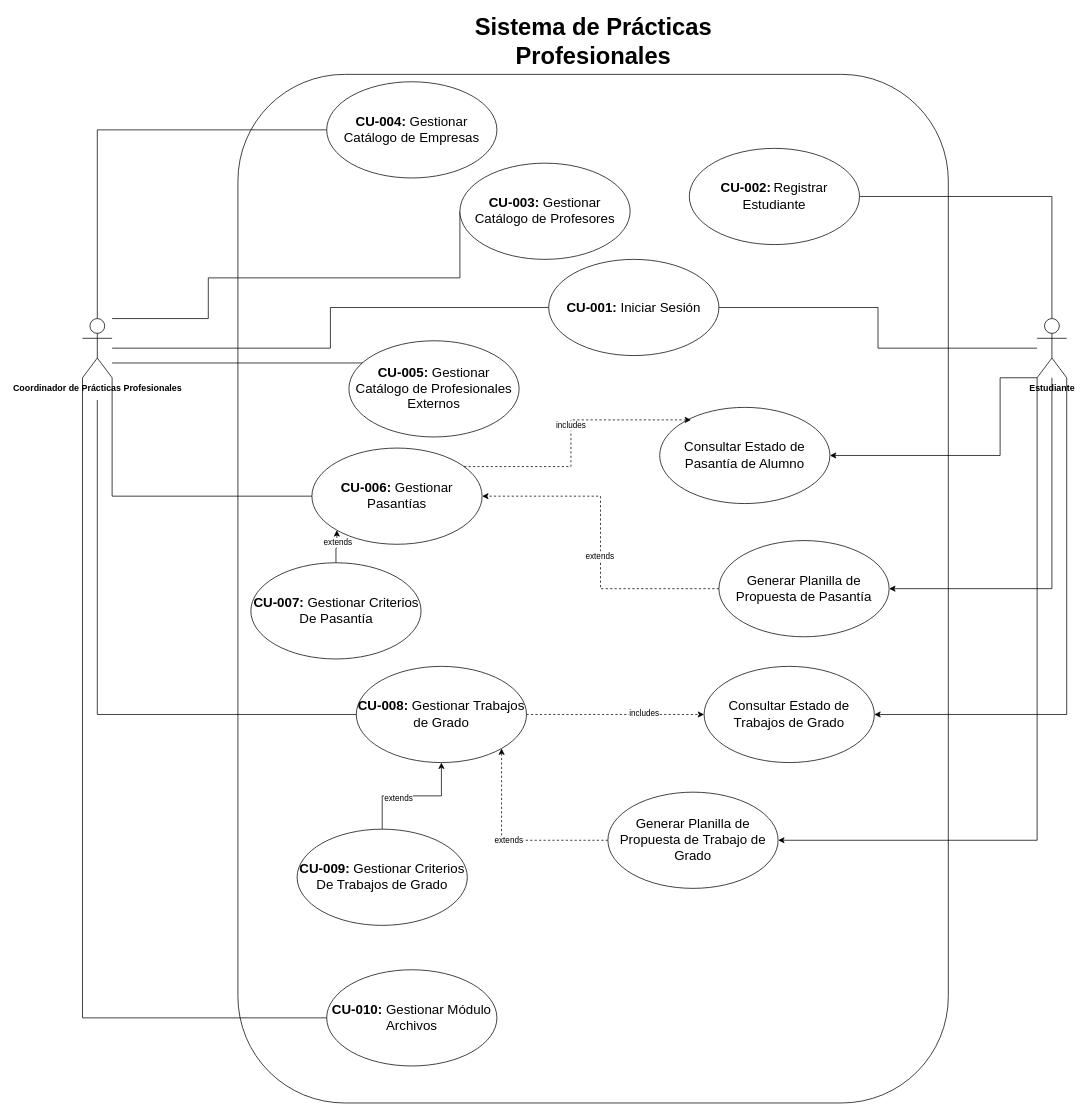
Lu27656348/SPP-UCABG keeps this draw.io diagram as page "Página-7" (7 of 8) of Diagrama sin título.drawio. Above is the earlier version. Source tidied: cells renumbered, new cells numbered last; positions are measured from the earlier drawing's top-left corner, leaving out a move shared by most shapes. Both pictures are drawn from the tidied source at 74%, with x=0, y=0 at pixel (82, 30).
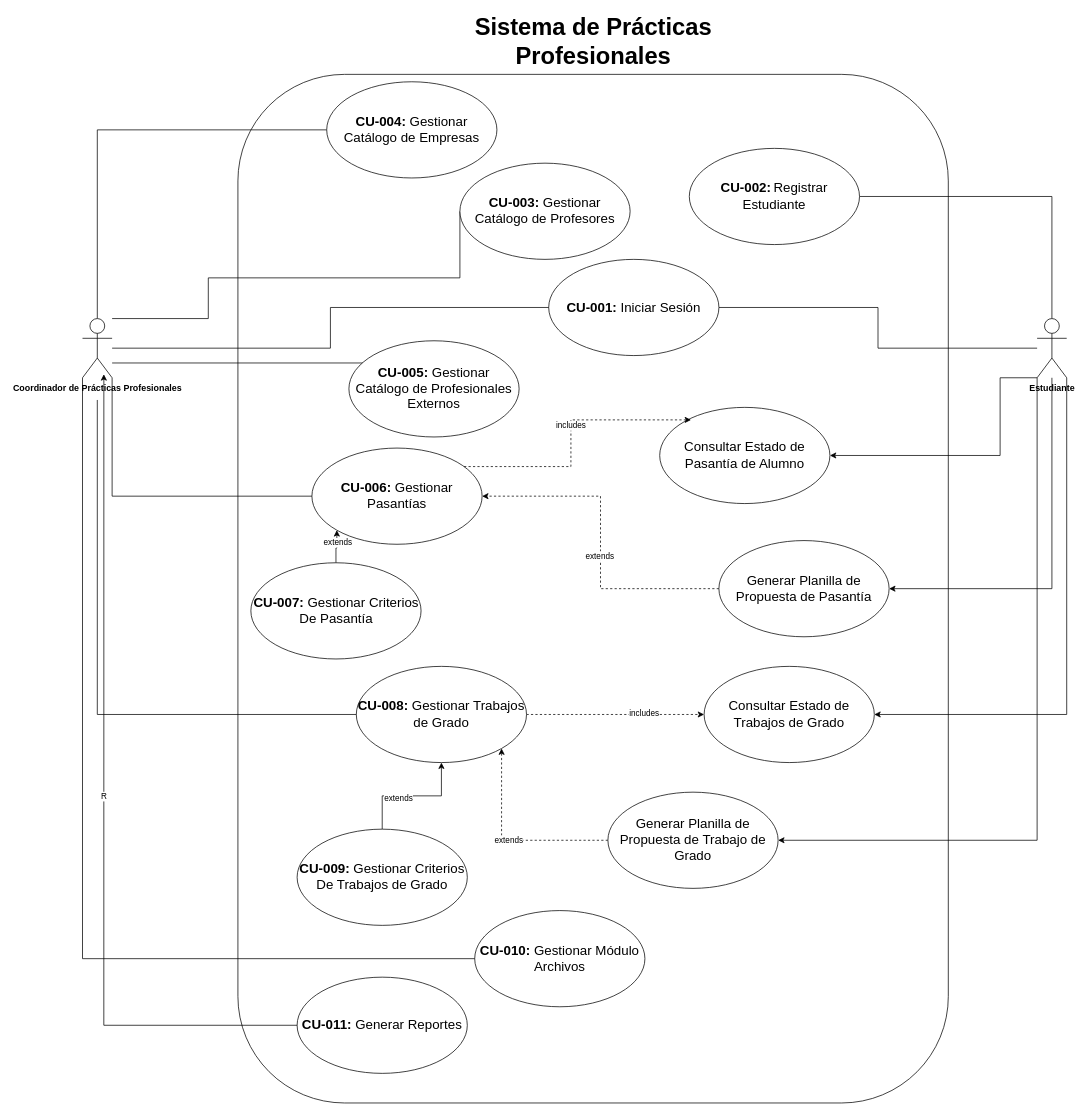
Above is the later version.

The change refers to these unchanged cells:
```xml
<mxCell id="16" value="&lt;b&gt;Coordinador de Prácticas Profesionales&lt;/b&gt;" style="shape=umlActor;verticalLabelPosition=bottom;verticalAlign=top;html=1;" parent="1" vertex="1">
  <mxGeometry y="390" width="40" height="80" as="geometry" />
</mxCell>
```

Diff of the diagram source:
```diff
@@
     <mxCell id="42" value="&lt;font style=&quot;font-size: 18px;&quot;&gt;&lt;b&gt;CU-010:&lt;/b&gt; Gestionar Módulo Archivos&lt;br&gt;&lt;/font&gt;" style="ellipse;whiteSpace=wrap;html=1;" parent="1" vertex="1">
-      <mxGeometry x="330" y="1270" width="230" height="130" as="geometry" />
+      <mxGeometry x="530" y="1190" width="230" height="130" as="geometry" />
     </mxCell>
@@
+    <mxCell id="44" value="&lt;font style=&quot;font-size: 18px;&quot;&gt;&lt;b&gt;CU-011:&lt;/b&gt; Generar Reportes&lt;br&gt;&lt;/font&gt;" style="ellipse;whiteSpace=wrap;html=1;" parent="1" vertex="1">
+      <mxGeometry x="290" y="1280" width="230" height="130" as="geometry" />
+    </mxCell>
+    <mxCell id="45" value="R" style="edgeStyle=orthogonalEdgeStyle;rounded=0;jettySize=auto;html=1;entryX=0.721;entryY=0.941;entryDx=0;entryDy=0;entryPerimeter=0;" parent="1" edge="1" source="44" target="16">
+      <mxGeometry relative="1" as="geometry" />
+    </mxCell>
```
